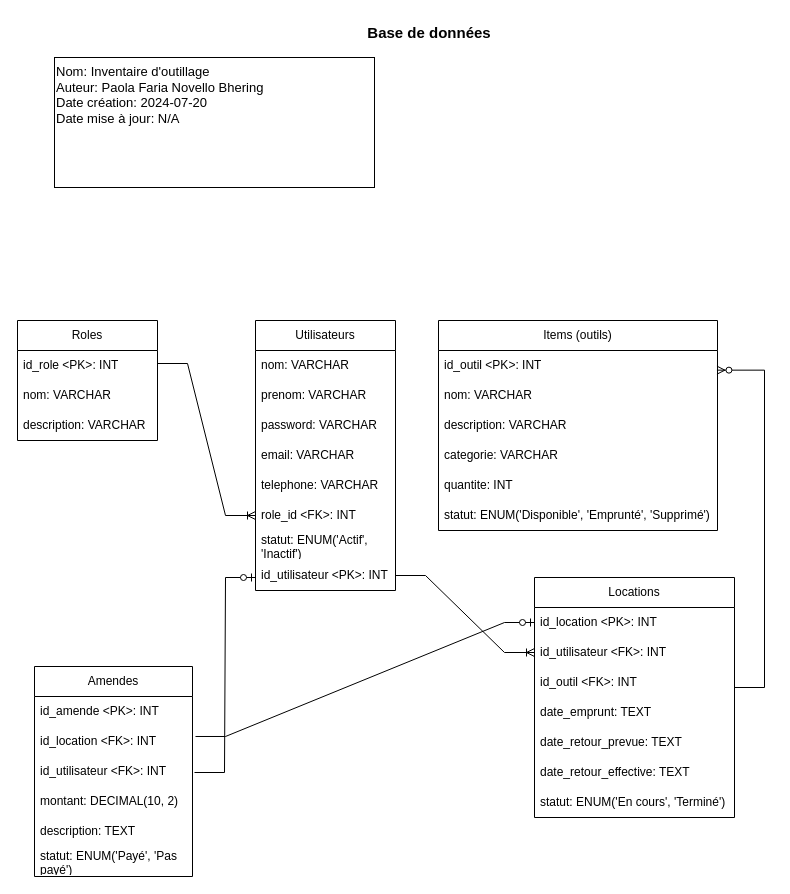
Earlier version of the draw.io diagram Livrables/livrable3/Schema_bd_livrable3.drawio (GenevieveCloutier/ProjetSessionInventaire). Source tidied: cells renumbered, new cells numbered last; positions are measured from the earlier drawing's top-left corner, leaving out a move shared by most shapes. Both pictures are drawn from the tidied source at 100%, with x=0, y=0 at pixel (17, 17).
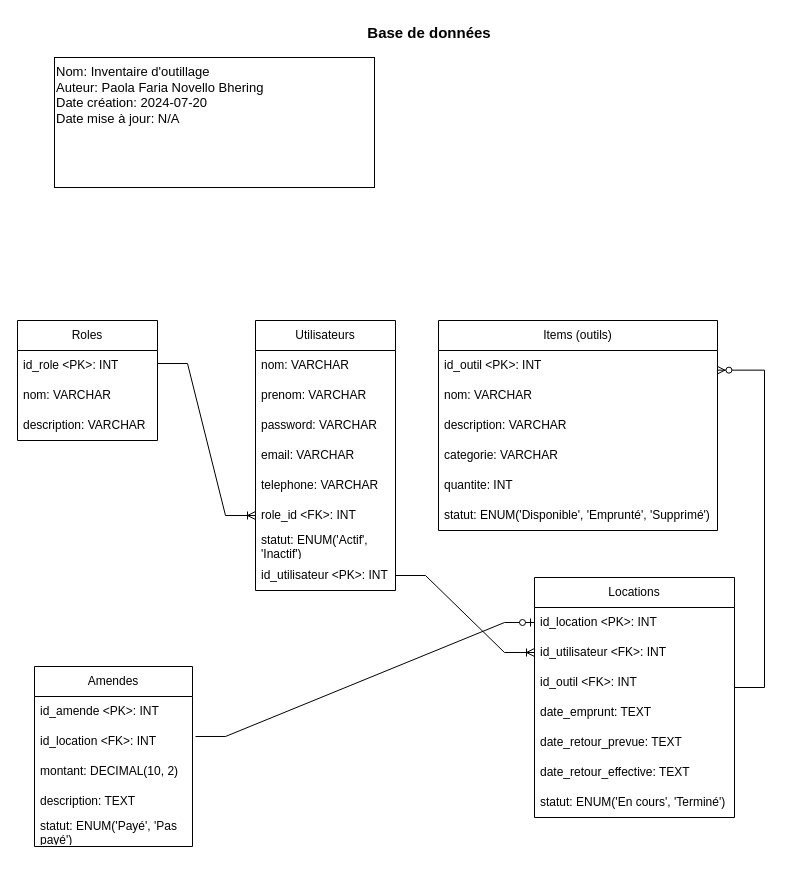
Above is the later version.

Change to the diagram source:
```diff
@@
     <mxCell id="32" value="Amendes" style="swimlane;fontStyle=0;horizontal=1;startSize=30;whiteSpace=wrap;html=1;" parent="1" vertex="1">
-      <mxGeometry x="17" y="649" width="158" height="210" as="geometry" />
+      <mxGeometry x="17" y="649" width="158" height="180" as="geometry" />
     </mxCell>
@@
-    <mxCell id="35" value="id_utilisateur &amp;lt;FK&amp;gt;: INT" style="text;strokeColor=none;fillColor=none;align=left;verticalAlign=middle;spacingLeft=4;spacingRight=4;overflow=hidden;whiteSpace=wrap;html=1;" parent="32" vertex="1">
-      <mxGeometry y="90" width="158" height="30" as="geometry" />
-    </mxCell>
     <mxCell id="36" value="montant:&amp;nbsp;DECIMAL(10, 2)" style="text;strokeColor=none;fillColor=none;align=left;verticalAlign=middle;spacingLeft=4;spacingRight=4;overflow=hidden;whiteSpace=wrap;html=1;" parent="32" vertex="1">
-      <mxGeometry y="120" width="158" height="30" as="geometry" />
+      <mxGeometry y="90" width="158" height="30" as="geometry" />
     </mxCell>
     <mxCell id="37" value="description: TEXT" style="text;strokeColor=none;fillColor=none;align=left;verticalAlign=middle;spacingLeft=4;spacingRight=4;overflow=hidden;whiteSpace=wrap;html=1;" parent="32" vertex="1">
-      <mxGeometry y="150" width="158" height="30" as="geometry" />
+      <mxGeometry y="120" width="158" height="30" as="geometry" />
     </mxCell>
     <mxCell id="38" value="statut: ENUM('Payé', 'Pas payé')" style="text;strokeColor=none;fillColor=none;align=left;verticalAlign=middle;spacingLeft=4;spacingRight=4;overflow=hidden;whiteSpace=wrap;html=1;" parent="32" vertex="1">
-      <mxGeometry y="180" width="158" height="30" as="geometry" />
+      <mxGeometry y="150" width="158" height="30" as="geometry" />
     </mxCell>
@@
-    <mxCell id="42" style="edgeStyle=entityRelationEdgeStyle;fontSize=12;html=1;endArrow=ERzeroToOne;endFill=1;rounded=0;entryX=0;entryY=0.5;entryDx=0;entryDy=0;" parent="1" edge="1">
-      <mxGeometry relative="1" as="geometry">
-        <mxPoint x="177" y="755" as="sourcePoint" />
-        <mxPoint x="238" y="560" as="targetPoint" />
-        <Array as="points">
-          <mxPoint x="220" y="758" />
-        </Array>
-      </mxGeometry>
-    </mxCell>
```
